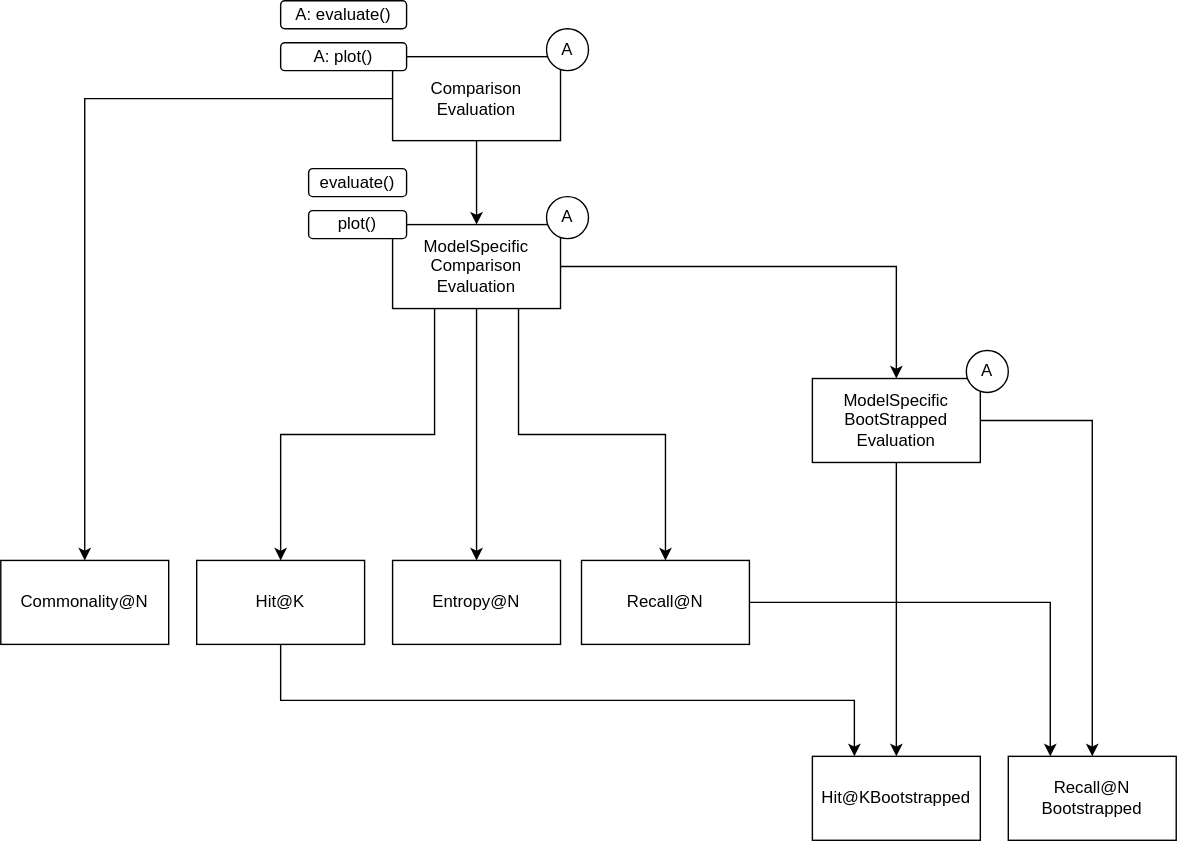
The draw.io diagram docs/src/assets/run_comparison/inheritance.drawio.svg in everycure-org/matrix, before a commit. Source tidied: cells renumbered, new cells last; positions are measured from the earlier drawing's top-left corner, leaving out a move shared by most shapes. Its diagram source:
```xml
<mxGraphModel>
  <root>
    <mxCell id="0" />
    <mxCell id="1" parent="0" />
    <mxCell id="2" style="edgeStyle=orthogonalEdgeStyle;rounded=0;jettySize=auto;html=1;exitX=0.5;exitY=1;exitDx=0;exitDy=0;" parent="1" edge="1" source="4" target="9">
      <mxGeometry relative="1" as="geometry" />
    </mxCell>
    <mxCell id="3" style="edgeStyle=orthogonalEdgeStyle;rounded=0;jettySize=auto;html=1;exitX=0;exitY=0.5;exitDx=0;exitDy=0;" parent="1" edge="1" source="4" target="27">
      <mxGeometry relative="1" as="geometry" />
    </mxCell>
    <mxCell id="4" value="Comparison&lt;div&gt;Evaluation&lt;/div&gt;" style="rounded=0;whiteSpace=wrap;html=1;" parent="1" vertex="1">
      <mxGeometry x="280" y="40" width="120" height="60" as="geometry" />
    </mxCell>
    <mxCell id="5" style="edgeStyle=orthogonalEdgeStyle;rounded=0;jettySize=auto;html=1;exitX=0.25;exitY=1;exitDx=0;exitDy=0;" parent="1" edge="1" source="9" target="17">
      <mxGeometry relative="1" as="geometry" />
    </mxCell>
    <mxCell id="6" style="edgeStyle=orthogonalEdgeStyle;rounded=0;jettySize=auto;html=1;exitX=1;exitY=0.5;exitDx=0;exitDy=0;" parent="1" edge="1" source="9" target="20">
      <mxGeometry relative="1" as="geometry" />
    </mxCell>
    <mxCell id="7" style="edgeStyle=orthogonalEdgeStyle;rounded=0;jettySize=auto;html=1;exitX=0.5;exitY=1;exitDx=0;exitDy=0;" parent="1" edge="1" source="9" target="23">
      <mxGeometry relative="1" as="geometry" />
    </mxCell>
    <mxCell id="8" style="edgeStyle=orthogonalEdgeStyle;rounded=0;jettySize=auto;html=1;exitX=0.75;exitY=1;exitDx=0;exitDy=0;" parent="1" edge="1" source="9" target="25">
      <mxGeometry relative="1" as="geometry" />
    </mxCell>
    <mxCell id="9" value="ModelSpecific&lt;div&gt;Comparison&lt;/div&gt;&lt;div&gt;Evaluation&lt;/div&gt;" style="rounded=0;whiteSpace=wrap;html=1;" parent="1" vertex="1">
      <mxGeometry x="280" y="160" width="120" height="60" as="geometry" />
    </mxCell>
    <mxCell id="10" value="A" style="ellipse;whiteSpace=wrap;html=1;" parent="1" vertex="1">
      <mxGeometry x="390" y="20" width="30" height="30" as="geometry" />
    </mxCell>
    <mxCell id="11" value="A" style="ellipse;whiteSpace=wrap;html=1;" parent="1" vertex="1">
      <mxGeometry x="390" y="140" width="30" height="30" as="geometry" />
    </mxCell>
    <mxCell id="12" value="plot()" style="rounded=1;whiteSpace=wrap;html=1;" parent="1" vertex="1">
      <mxGeometry x="220" y="150" width="70" height="20" as="geometry" />
    </mxCell>
    <mxCell id="13" value="evaluate()" style="rounded=1;whiteSpace=wrap;html=1;" parent="1" vertex="1">
      <mxGeometry x="220" y="120" width="70" height="20" as="geometry" />
    </mxCell>
    <mxCell id="14" value="A: plot()" style="rounded=1;whiteSpace=wrap;html=1;" parent="1" vertex="1">
      <mxGeometry x="200" y="30" width="90" height="20" as="geometry" />
    </mxCell>
    <mxCell id="15" value="A: evaluate()" style="rounded=1;whiteSpace=wrap;html=1;" parent="1" vertex="1">
      <mxGeometry x="200" width="90" height="20" as="geometry" />
    </mxCell>
    <mxCell id="16" style="edgeStyle=orthogonalEdgeStyle;rounded=0;jettySize=auto;html=1;exitX=0.5;exitY=1;exitDx=0;exitDy=0;entryX=0.25;entryY=0;entryDx=0;entryDy=0;" parent="1" edge="1" source="17" target="22">
      <mxGeometry relative="1" as="geometry" />
    </mxCell>
    <mxCell id="17" value="Hit@K" style="rounded=0;whiteSpace=wrap;html=1;" parent="1" vertex="1">
      <mxGeometry x="140" y="400" width="120" height="60" as="geometry" />
    </mxCell>
    <mxCell id="18" style="edgeStyle=orthogonalEdgeStyle;rounded=0;jettySize=auto;html=1;exitX=0.5;exitY=1;exitDx=0;exitDy=0;entryX=0.5;entryY=0;entryDx=0;entryDy=0;" parent="1" edge="1" source="20" target="22">
      <mxGeometry relative="1" as="geometry" />
    </mxCell>
    <mxCell id="19" style="edgeStyle=orthogonalEdgeStyle;rounded=0;jettySize=auto;html=1;exitX=1;exitY=0.5;exitDx=0;exitDy=0;entryX=0.5;entryY=0;entryDx=0;entryDy=0;" parent="1" edge="1" source="20" target="26">
      <mxGeometry relative="1" as="geometry">
        <Array as="points">
          <mxPoint x="780" y="300" />
        </Array>
      </mxGeometry>
    </mxCell>
    <mxCell id="20" value="ModelSpecific&lt;div&gt;BootStrapped&lt;/div&gt;&lt;div&gt;Evaluation&lt;/div&gt;" style="rounded=0;whiteSpace=wrap;html=1;" parent="1" vertex="1">
      <mxGeometry x="580" y="270" width="120" height="60" as="geometry" />
    </mxCell>
    <mxCell id="21" value="A" style="ellipse;whiteSpace=wrap;html=1;" parent="1" vertex="1">
      <mxGeometry x="690" y="250" width="30" height="30" as="geometry" />
    </mxCell>
    <mxCell id="22" value="Hit@KBootstrapped" style="rounded=0;whiteSpace=wrap;html=1;" parent="1" vertex="1">
      <mxGeometry x="580" y="540" width="120" height="60" as="geometry" />
    </mxCell>
    <mxCell id="23" value="Entropy@N" style="rounded=0;whiteSpace=wrap;html=1;" parent="1" vertex="1">
      <mxGeometry x="280" y="400" width="120" height="60" as="geometry" />
    </mxCell>
    <mxCell id="24" style="edgeStyle=orthogonalEdgeStyle;rounded=0;jettySize=auto;html=1;exitX=1;exitY=0.5;exitDx=0;exitDy=0;entryX=0.25;entryY=0;entryDx=0;entryDy=0;" parent="1" edge="1" source="25" target="26">
      <mxGeometry relative="1" as="geometry" />
    </mxCell>
    <mxCell id="25" value="Recall@N" style="rounded=0;whiteSpace=wrap;html=1;" parent="1" vertex="1">
      <mxGeometry x="415" y="400" width="120" height="60" as="geometry" />
    </mxCell>
    <mxCell id="26" value="Recall@N&lt;div&gt;Bootstrapped&lt;/div&gt;" style="rounded=0;whiteSpace=wrap;html=1;" parent="1" vertex="1">
      <mxGeometry x="720" y="540" width="120" height="60" as="geometry" />
    </mxCell>
    <mxCell id="27" value="Commonality@N" style="rounded=0;whiteSpace=wrap;html=1;" parent="1" vertex="1">
      <mxGeometry y="400" width="120" height="60" as="geometry" />
    </mxCell>
  </root>
</mxGraphModel>
```
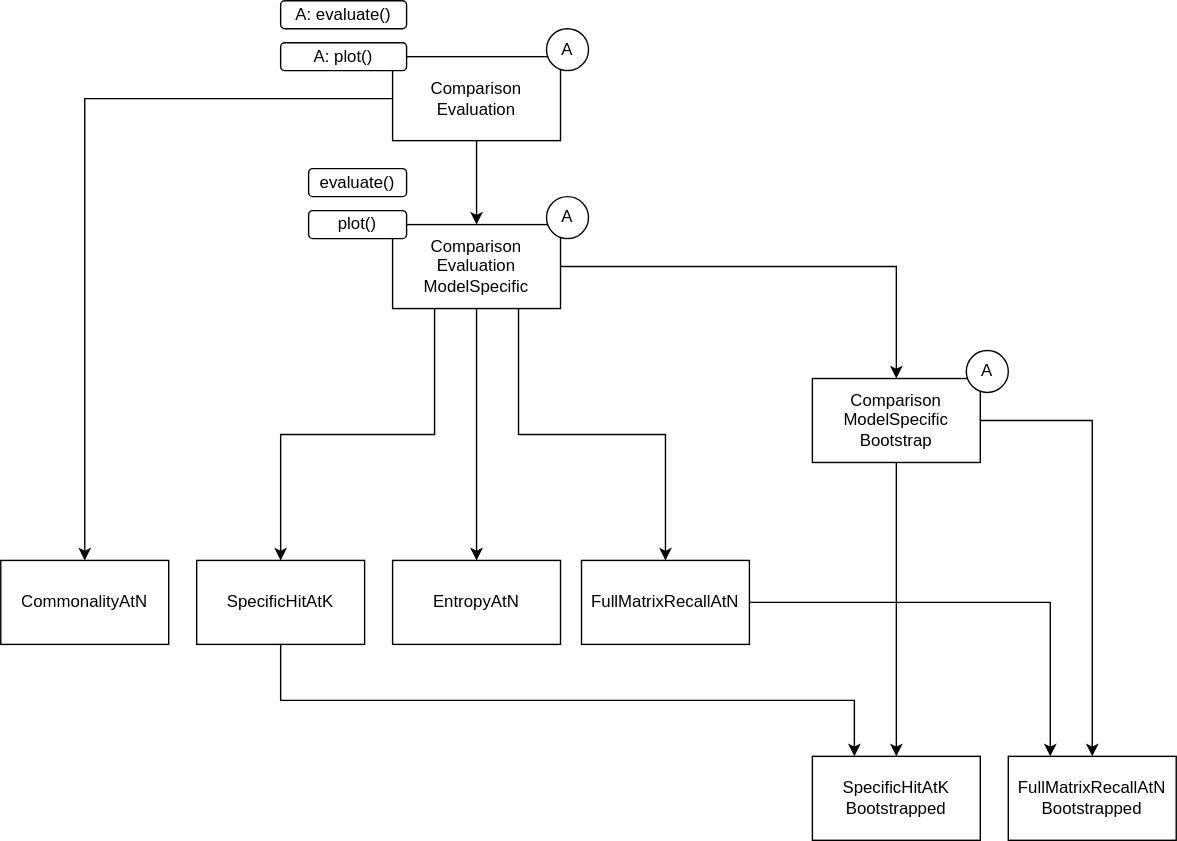
The same file after the commit.

Diff of the diagram source:
```diff
@@ -23,7 +23,7 @@
     <mxCell id="8" style="edgeStyle=orthogonalEdgeStyle;rounded=0;jettySize=auto;html=1;exitX=0.75;exitY=1;exitDx=0;exitDy=0;" parent="1" edge="1" source="9" target="25">
       <mxGeometry relative="1" as="geometry" />
     </mxCell>
-    <mxCell id="9" value="ModelSpecific&lt;div&gt;Comparison&lt;/div&gt;&lt;div&gt;Evaluation&lt;/div&gt;" style="rounded=0;whiteSpace=wrap;html=1;" parent="1" vertex="1">
+    <mxCell id="9" value="&lt;div&gt;Comparison&lt;/div&gt;&lt;div&gt;Evaluation&lt;/div&gt;&lt;div&gt;ModelSpecific&lt;br&gt;&lt;/div&gt;" style="rounded=0;whiteSpace=wrap;html=1;" parent="1" vertex="1">
       <mxGeometry x="280" y="160" width="120" height="60" as="geometry" />
     </mxCell>
     <mxCell id="10" value="A" style="ellipse;whiteSpace=wrap;html=1;" parent="1" vertex="1">
@@ -47,7 +47,7 @@
     <mxCell id="16" style="edgeStyle=orthogonalEdgeStyle;rounded=0;jettySize=auto;html=1;exitX=0.5;exitY=1;exitDx=0;exitDy=0;entryX=0.25;entryY=0;entryDx=0;entryDy=0;" parent="1" edge="1" source="17" target="22">
       <mxGeometry relative="1" as="geometry" />
     </mxCell>
-    <mxCell id="17" value="Hit@K" style="rounded=0;whiteSpace=wrap;html=1;" parent="1" vertex="1">
+    <mxCell id="17" value="SpecificHitAtK" style="rounded=0;whiteSpace=wrap;html=1;" parent="1" vertex="1">
       <mxGeometry x="140" y="400" width="120" height="60" as="geometry" />
     </mxCell>
     <mxCell id="18" style="edgeStyle=orthogonalEdgeStyle;rounded=0;jettySize=auto;html=1;exitX=0.5;exitY=1;exitDx=0;exitDy=0;entryX=0.5;entryY=0;entryDx=0;entryDy=0;" parent="1" edge="1" source="20" target="22">
@@ -60,28 +60,28 @@
         </Array>
       </mxGeometry>
     </mxCell>
-    <mxCell id="20" value="ModelSpecific&lt;div&gt;BootStrapped&lt;/div&gt;&lt;div&gt;Evaluation&lt;/div&gt;" style="rounded=0;whiteSpace=wrap;html=1;" parent="1" vertex="1">
+    <mxCell id="20" value="&lt;div&gt;Comparison&lt;br&gt;&lt;/div&gt;ModelSpecific&lt;div&gt;Bootstrap&lt;/div&gt;" style="rounded=0;whiteSpace=wrap;html=1;" parent="1" vertex="1">
       <mxGeometry x="580" y="270" width="120" height="60" as="geometry" />
     </mxCell>
     <mxCell id="21" value="A" style="ellipse;whiteSpace=wrap;html=1;" parent="1" vertex="1">
       <mxGeometry x="690" y="250" width="30" height="30" as="geometry" />
     </mxCell>
-    <mxCell id="22" value="Hit@KBootstrapped" style="rounded=0;whiteSpace=wrap;html=1;" parent="1" vertex="1">
+    <mxCell id="22" value="SpecificHitAtK&lt;div&gt;Bootstrapped&lt;/div&gt;" style="rounded=0;whiteSpace=wrap;html=1;" parent="1" vertex="1">
       <mxGeometry x="580" y="540" width="120" height="60" as="geometry" />
     </mxCell>
-    <mxCell id="23" value="Entropy@N" style="rounded=0;whiteSpace=wrap;html=1;" parent="1" vertex="1">
+    <mxCell id="23" value="EntropyAtN" style="rounded=0;whiteSpace=wrap;html=1;" parent="1" vertex="1">
       <mxGeometry x="280" y="400" width="120" height="60" as="geometry" />
     </mxCell>
     <mxCell id="24" style="edgeStyle=orthogonalEdgeStyle;rounded=0;jettySize=auto;html=1;exitX=1;exitY=0.5;exitDx=0;exitDy=0;entryX=0.25;entryY=0;entryDx=0;entryDy=0;" parent="1" edge="1" source="25" target="26">
       <mxGeometry relative="1" as="geometry" />
     </mxCell>
-    <mxCell id="25" value="Recall@N" style="rounded=0;whiteSpace=wrap;html=1;" parent="1" vertex="1">
+    <mxCell id="25" value="FullMatrixRecallAtN" style="rounded=0;whiteSpace=wrap;html=1;" parent="1" vertex="1">
       <mxGeometry x="415" y="400" width="120" height="60" as="geometry" />
     </mxCell>
-    <mxCell id="26" value="Recall@N&lt;div&gt;Bootstrapped&lt;/div&gt;" style="rounded=0;whiteSpace=wrap;html=1;" parent="1" vertex="1">
+    <mxCell id="26" value="&lt;div&gt;FullMatrixRecallAtN Bootstrapped&lt;/div&gt;" style="rounded=0;whiteSpace=wrap;html=1;" parent="1" vertex="1">
       <mxGeometry x="720" y="540" width="120" height="60" as="geometry" />
     </mxCell>
-    <mxCell id="27" value="Commonality@N" style="rounded=0;whiteSpace=wrap;html=1;" parent="1" vertex="1">
+    <mxCell id="27" value="CommonalityAtN" style="rounded=0;whiteSpace=wrap;html=1;" parent="1" vertex="1">
       <mxGeometry y="400" width="120" height="60" as="geometry" />
     </mxCell>
   </root>
```
